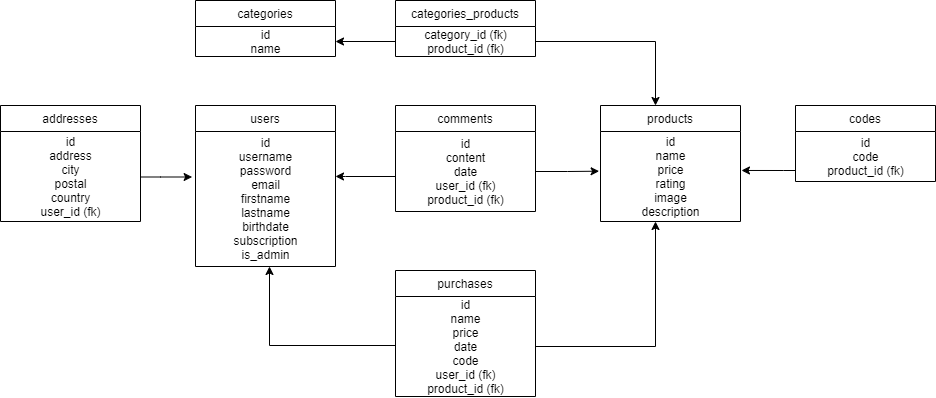
Earlier version of the draw.io export DB/MLD.png (Ynovbanj0/UFWeb2020). Source tidied: cells renumbered, new cells last; positions are measured from the earlier drawing's top-left corner, leaving out a move shared by most shapes.
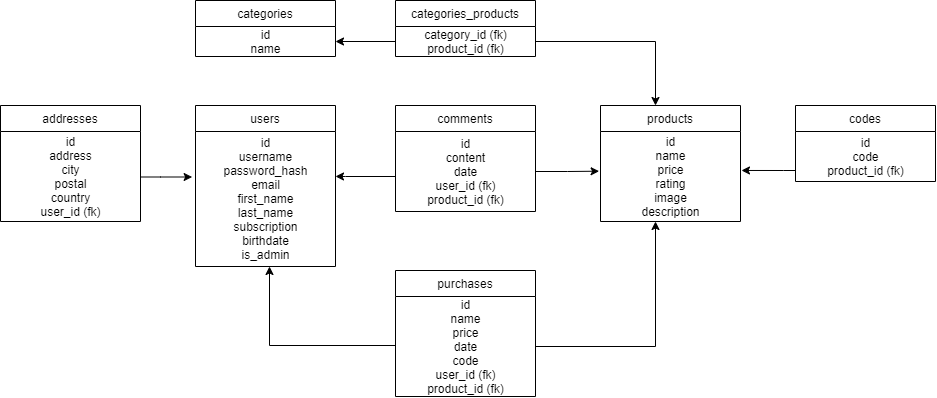
Later version of the same file.

Change to the diagram source:
```diff
@@ -77,7 +77,7 @@
     <mxCell id="16" value="users" style="swimlane;fontStyle=0;horizontal=1;startSize=26;fillColor=none;" parent="1" vertex="1">
       <mxGeometry x="195" y="105" width="140" height="161" as="geometry" />
     </mxCell>
-    <mxCell id="17" value="id&lt;br&gt;username&lt;br&gt;password&lt;br&gt;email&lt;br&gt;firstname&lt;br&gt;lastname&lt;br&gt;birthdate&lt;br&gt;subscription&lt;br&gt;is_admin" style="text;html=1;align=center;verticalAlign=middle;points=[];" parent="16" vertex="1">
+    <mxCell id="17" value="id&lt;br&gt;username&lt;br&gt;password_hash&lt;br&gt;email&lt;br&gt;first_name&lt;br&gt;last_name&lt;br&gt;subscription&lt;br&gt;birthdate&lt;br&gt;is_admin" style="text;html=1;align=center;verticalAlign=middle;points=[];" parent="16" vertex="1">
       <mxGeometry y="26" width="140" height="135" as="geometry" />
     </mxCell>
     <mxCell id="18" value="purchases" style="swimlane;fontStyle=0;horizontal=1;startSize=26;fillColor=none;" parent="1" vertex="1">
```
